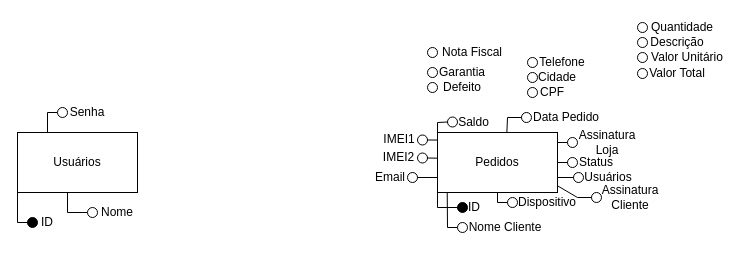
Above: Modelo_Conceitual.drawio in ArcanjoDaGuarda/AnjoProjetos (draw.io), before the change. Source tidied: cells renumbered, new cells numbered last; positions are measured from the earlier drawing's top-left corner, leaving out a move shared by most shapes. Both pictures are drawn from the tidied source at 100%, with x=0, y=0 at pixel (17, 17).
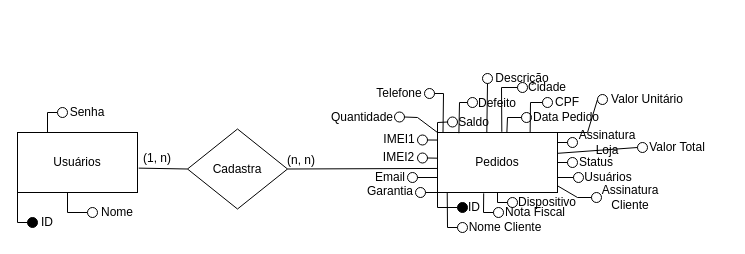
The same page after the edit.

Unchanged cells that the change refers to:
```xml
<mxCell id="2" value="Pedidos" style="rounded=0;whiteSpace=wrap;html=1;" parent="1" vertex="1">
  <mxGeometry x="420" y="115" width="120" height="60" as="geometry" />
</mxCell>
<mxCell id="3" value="Usuários" style="rounded=0;whiteSpace=wrap;html=1;" parent="1" vertex="1">
  <mxGeometry y="115" width="120" height="60" as="geometry" />
</mxCell>
<mxCell id="53" value="Assinatura Loja" style="text;html=1;strokeColor=none;fillColor=none;align=center;verticalAlign=middle;whiteSpace=wrap;rounded=0;" parent="1" vertex="1">
  <mxGeometry x="560" y="115" width="60" height="20" as="geometry" />
</mxCell>
```

The edit, as a diff of the source:
```diff
@@
     <mxCell id="20" style="ellipse;whiteSpace=wrap;html=1;" parent="1" vertex="1">
-      <mxGeometry x="510" y="40" width="10" height="10" as="geometry" />
+      <mxGeometry x="407" y="71" width="10" height="10" as="geometry" />
     </mxCell>
     <mxCell id="21" value="Telefone" style="text;html=1;strokeColor=none;fillColor=none;align=center;verticalAlign=middle;whiteSpace=wrap;rounded=0;" parent="1" vertex="1">
-      <mxGeometry x="520" y="35" width="50" height="20" as="geometry" />
+      <mxGeometry x="357" y="66" width="50" height="20" as="geometry" />
     </mxCell>
     <mxCell id="22" style="ellipse;whiteSpace=wrap;html=1;" parent="1" vertex="1">
-      <mxGeometry x="510" y="55" width="10" height="10" as="geometry" />
+      <mxGeometry x="500" y="65" width="10" height="10" as="geometry" />
     </mxCell>
     <mxCell id="23" value="Cidade" style="text;html=1;strokeColor=none;fillColor=none;align=center;verticalAlign=middle;whiteSpace=wrap;rounded=0;" parent="1" vertex="1">
-      <mxGeometry x="520" y="50" width="40" height="20" as="geometry" />
+      <mxGeometry x="510" y="60" width="40" height="20" as="geometry" />
     </mxCell>
     <mxCell id="24" style="ellipse;whiteSpace=wrap;html=1;" parent="1" vertex="1">
-      <mxGeometry x="510" y="70" width="10" height="10" as="geometry" />
+      <mxGeometry x="525" y="80" width="10" height="10" as="geometry" />
     </mxCell>
     <mxCell id="25" value="CPF" style="text;html=1;strokeColor=none;fillColor=none;align=center;verticalAlign=middle;whiteSpace=wrap;rounded=0;" parent="1" vertex="1">
-      <mxGeometry x="520" y="65" width="30" height="20" as="geometry" />
+      <mxGeometry x="535" y="75" width="30" height="20" as="geometry" />
     </mxCell>
@@
     <mxCell id="28" style="ellipse;whiteSpace=wrap;html=1;" parent="1" vertex="1">
-      <mxGeometry x="410" y="30" width="10" height="10" as="geometry" />
+      <mxGeometry x="476" y="190" width="10" height="10" as="geometry" />
     </mxCell>
     <mxCell id="29" value="Nota Fiscal" style="text;html=1;strokeColor=none;fillColor=none;align=center;verticalAlign=middle;whiteSpace=wrap;rounded=0;" parent="1" vertex="1">
-      <mxGeometry x="420" y="25" width="70" height="20" as="geometry" />
+      <mxGeometry x="483" y="190" width="70" height="10" as="geometry" />
     </mxCell>
@@
     <mxCell id="32" style="ellipse;whiteSpace=wrap;html=1;" parent="1" vertex="1">
-      <mxGeometry x="410" y="50" width="10" height="10" as="geometry" />
+      <mxGeometry x="398" y="170" width="10" height="10" as="geometry" />
     </mxCell>
     <mxCell id="33" value="Garantia" style="text;html=1;strokeColor=none;fillColor=none;align=center;verticalAlign=middle;whiteSpace=wrap;rounded=0;" parent="1" vertex="1">
-      <mxGeometry x="420" y="45" width="50" height="20" as="geometry" />
+      <mxGeometry x="348" y="168" width="50" height="11" as="geometry" />
     </mxCell>
     <mxCell id="34" style="ellipse;whiteSpace=wrap;html=1;" parent="1" vertex="1">
-      <mxGeometry x="410" y="65" width="10" height="10" as="geometry" />
+      <mxGeometry x="450" y="80" width="10" height="10" as="geometry" />
     </mxCell>
     <mxCell id="35" value="Defeito" style="text;html=1;strokeColor=none;fillColor=none;align=center;verticalAlign=middle;whiteSpace=wrap;rounded=0;" parent="1" vertex="1">
-      <mxGeometry x="425" y="60" width="40" height="20" as="geometry" />
+      <mxGeometry x="460" y="81" width="40" height="10" as="geometry" />
     </mxCell>
@@
     <mxCell id="40" style="ellipse;whiteSpace=wrap;html=1;" parent="1" vertex="1">
-      <mxGeometry x="620" y="5" width="10" height="10" as="geometry" />
+      <mxGeometry x="377" y="94.5" width="10" height="10" as="geometry" />
     </mxCell>
     <mxCell id="41" value="Quantidade" style="text;html=1;strokeColor=none;fillColor=none;align=center;verticalAlign=middle;whiteSpace=wrap;rounded=0;" parent="1" vertex="1">
-      <mxGeometry x="635" width="60" height="20" as="geometry" />
+      <mxGeometry x="315" y="89.5" width="60" height="20" as="geometry" />
     </mxCell>
     <mxCell id="42" style="ellipse;whiteSpace=wrap;html=1;" parent="1" vertex="1">
-      <mxGeometry x="620" y="20" width="10" height="10" as="geometry" />
+      <mxGeometry x="465" y="56" width="10" height="10" as="geometry" />
     </mxCell>
     <mxCell id="43" value="Descrição" style="text;html=1;strokeColor=none;fillColor=none;align=center;verticalAlign=middle;whiteSpace=wrap;rounded=0;" parent="1" vertex="1">
-      <mxGeometry x="630" y="15" width="60" height="20" as="geometry" />
+      <mxGeometry x="475" y="51" width="60" height="20" as="geometry" />
     </mxCell>
     <mxCell id="44" style="ellipse;whiteSpace=wrap;html=1;" parent="1" vertex="1">
-      <mxGeometry x="620" y="35" width="10" height="10" as="geometry" />
+      <mxGeometry x="580" y="77" width="10" height="10" as="geometry" />
     </mxCell>
     <mxCell id="45" value="Valor Unitário" style="text;html=1;strokeColor=none;fillColor=none;align=center;verticalAlign=middle;whiteSpace=wrap;rounded=0;" parent="1" vertex="1">
-      <mxGeometry x="630" y="30" width="80" height="20" as="geometry" />
+      <mxGeometry x="590" y="72" width="80" height="20" as="geometry" />
     </mxCell>
     <mxCell id="46" style="ellipse;whiteSpace=wrap;html=1;" parent="1" vertex="1">
-      <mxGeometry x="620" y="51" width="10" height="10" as="geometry" />
+      <mxGeometry x="620" y="125" width="10" height="10" as="geometry" />
     </mxCell>
     <mxCell id="47" value="Valor Total" style="text;html=1;strokeColor=none;fillColor=none;align=center;verticalAlign=middle;whiteSpace=wrap;rounded=0;" parent="1" vertex="1">
-      <mxGeometry x="630" y="46" width="60" height="20" as="geometry" />
+      <mxGeometry x="630" y="120" width="60" height="20" as="geometry" />
     </mxCell>
@@
+    <mxCell id="69" style="endArrow=none;html=1;rounded=0;exitX=0.162;exitY=0.011;exitDx=0;exitDy=0;exitPerimeter=0;entryX=0;entryY=0.5;entryDx=0;entryDy=0;" parent="1" edge="1">
+      <mxGeometry relative="1" as="geometry">
+        <mxPoint x="441.4" y="115.7" as="sourcePoint" />
+        <mxPoint x="450" y="85" as="targetPoint" />
+        <Array as="points">
+          <mxPoint x="442" y="85" />
+        </Array>
+      </mxGeometry>
+    </mxCell>
+    <mxCell id="70" style="endArrow=none;html=1;rounded=0;entryX=0;entryY=1;entryDx=0;entryDy=0;exitX=1;exitY=0.5;exitDx=0;exitDy=0;" parent="1" edge="1" source="32" target="2">
+      <mxGeometry relative="1" as="geometry">
+        <Array as="points">
+          <mxPoint x="420" y="175" />
+        </Array>
+      </mxGeometry>
+    </mxCell>
+    <mxCell id="71" style="endArrow=none;html=1;rounded=0;entryX=0;entryY=0.5;entryDx=0;entryDy=0;exitX=0.385;exitY=1.014;exitDx=0;exitDy=0;exitPerimeter=0;" parent="1" edge="1" source="2" target="28">
+      <mxGeometry relative="1" as="geometry">
+        <Array as="points">
+          <mxPoint x="466" y="195" />
+        </Array>
+      </mxGeometry>
+    </mxCell>
+    <mxCell id="72" style="endArrow=none;html=1;rounded=0;entryX=0;entryY=0.5;entryDx=0;entryDy=0;exitX=0.772;exitY=0;exitDx=0;exitDy=0;exitPerimeter=0;" parent="1" edge="1" source="2" target="24">
+      <mxGeometry relative="1" as="geometry">
+        <Array as="points">
+          <mxPoint x="513" y="85" />
+        </Array>
+      </mxGeometry>
+    </mxCell>
+    <mxCell id="73" style="endArrow=none;html=1;rounded=0;exitX=1;exitY=0.5;exitDx=0;exitDy=0;entryX=0.046;entryY=-0.021;entryDx=0;entryDy=0;entryPerimeter=0;" parent="1" edge="1" source="20">
+      <mxGeometry relative="1" as="geometry">
+        <mxPoint x="425.5" y="114.7" as="targetPoint" />
+        <Array as="points">
+          <mxPoint x="426" y="76" />
+        </Array>
+      </mxGeometry>
+    </mxCell>
+    <mxCell id="74" style="endArrow=none;html=1;rounded=0;entryX=0;entryY=0.5;entryDx=0;entryDy=0;exitX=0.536;exitY=-0.011;exitDx=0;exitDy=0;exitPerimeter=0;" parent="1" edge="1" source="2" target="22">
+      <mxGeometry relative="1" as="geometry">
+        <Array as="points">
+          <mxPoint x="484" y="70" />
+        </Array>
+      </mxGeometry>
+    </mxCell>
+    <mxCell id="75" style="endArrow=none;html=1;rounded=0;exitX=1.001;exitY=0.347;exitDx=0;exitDy=0;exitPerimeter=0;entryX=1;entryY=0.75;entryDx=0;entryDy=0;" parent="1" edge="1" source="2" target="53">
+      <mxGeometry relative="1" as="geometry" />
+    </mxCell>
+    <mxCell id="76" style="endArrow=none;html=1;rounded=0;exitX=1;exitY=0;exitDx=0;exitDy=0;entryX=0;entryY=0.5;entryDx=0;entryDy=0;" parent="1" edge="1" source="2" target="44">
+      <mxGeometry relative="1" as="geometry">
+        <Array as="points">
+          <mxPoint x="570" y="115" />
+        </Array>
+      </mxGeometry>
+    </mxCell>
+    <mxCell id="77" style="endArrow=none;html=1;rounded=0;entryX=0.5;entryY=1;entryDx=0;entryDy=0;exitX=0.411;exitY=-0.008;exitDx=0;exitDy=0;exitPerimeter=0;" parent="1" edge="1" source="2" target="42">
+      <mxGeometry relative="1" as="geometry" />
+    </mxCell>
+    <mxCell id="78" style="endArrow=none;html=1;rounded=0;entryX=0;entryY=0;entryDx=0;entryDy=0;exitX=1;exitY=0.5;exitDx=0;exitDy=0;" parent="1" edge="1" source="40" target="2">
+      <mxGeometry relative="1" as="geometry">
+        <Array as="points">
+          <mxPoint x="400" y="100" />
+        </Array>
+      </mxGeometry>
+    </mxCell>
+    <mxCell id="79" value="Cadastra" style="rhombus;whiteSpace=wrap;html=1;" parent="1" vertex="1">
+      <mxGeometry x="170" y="111.5" width="100" height="80" as="geometry" />
+    </mxCell>
+    <mxCell id="80" style="endArrow=none;html=1;rounded=0;exitX=1;exitY=0.5;exitDx=0;exitDy=0;entryX=-0.001;entryY=0.599;entryDx=0;entryDy=0;entryPerimeter=0;" parent="1" edge="1" source="79" target="2">
+      <mxGeometry relative="1" as="geometry" />
+    </mxCell>
+    <mxCell id="81" style="endArrow=none;html=1;rounded=0;exitX=1.01;exitY=0.594;exitDx=0;exitDy=0;entryX=0;entryY=0.5;entryDx=0;entryDy=0;exitPerimeter=0;" parent="1" edge="1" source="3" target="79">
+      <mxGeometry relative="1" as="geometry" />
+    </mxCell>
+    <mxCell id="82" value="(1, n)" style="text;html=1;strokeColor=none;fillColor=none;align=center;verticalAlign=middle;whiteSpace=wrap;rounded=0;" parent="1" vertex="1">
+      <mxGeometry x="110" y="125.5" width="60" height="30" as="geometry" />
+    </mxCell>
+    <mxCell id="83" value="(n, n)" style="text;html=1;strokeColor=none;fillColor=none;align=center;verticalAlign=middle;whiteSpace=wrap;rounded=0;" parent="1" vertex="1">
+      <mxGeometry x="254" y="127.5" width="60" height="30" as="geometry" />
+    </mxCell>
```
